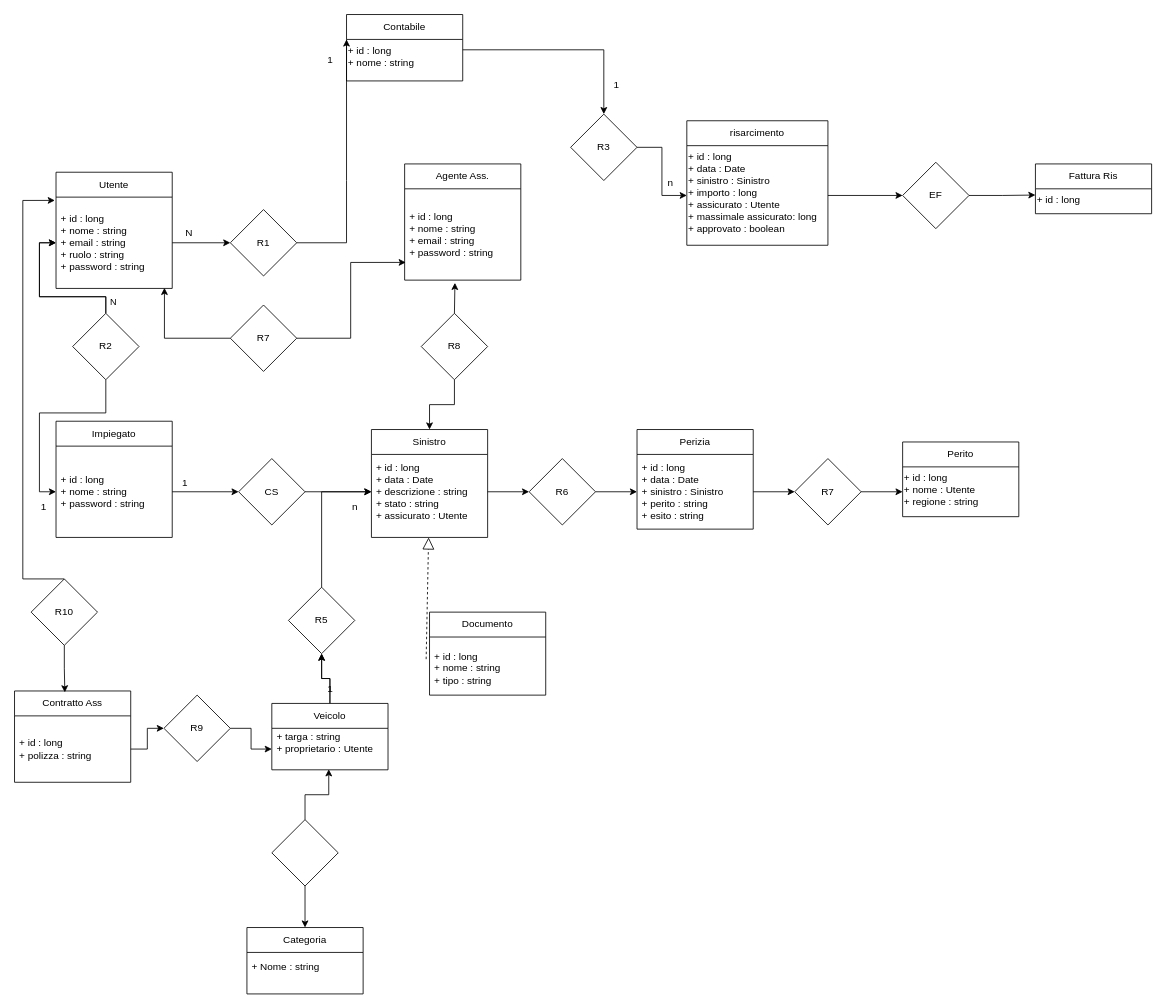
The draw.io diagram Untitled Diagram.drawio in MattiaByakko/AppPocInsurance, before the edit. Source tidied: cells renumbered, new cells numbered last; positions are measured from the earlier drawing's top-left corner, leaving out a move shared by most shapes. Both pictures are drawn from the tidied source at 83%, with x=0, y=0 at pixel (14, 14).
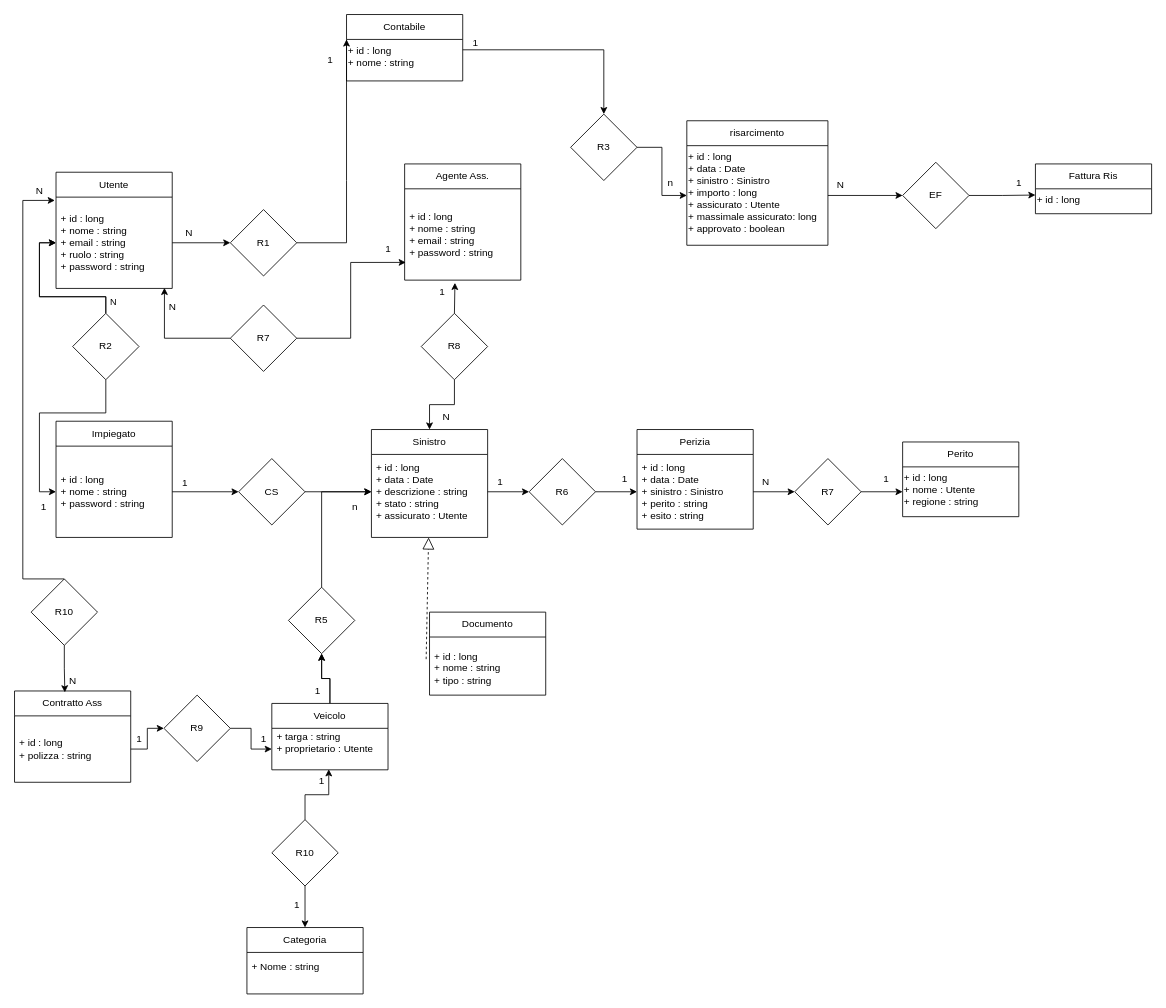
Above is the later version.

Change to the diagram source:
```diff
@@
     <mxCell id="41" value="1" style="text;html=1;align=center;verticalAlign=middle;strokeColor=none;fillColor=none;" parent="1" vertex="1">
-      <mxGeometry x="710" y="70" width="30" height="30" as="geometry" />
+      <mxGeometry x="540" y="20" width="30" height="30" as="geometry" />
     </mxCell>
@@
     <mxCell id="45" value="1" style="text;html=1;align=center;verticalAlign=middle;strokeColor=none;fillColor=none;" parent="1" vertex="1">
-      <mxGeometry x="365" y="798" width="30" height="30" as="geometry" />
+      <mxGeometry x="350" y="800" width="30" height="30" as="geometry" />
     </mxCell>
@@
-    <mxCell id="75" style="rhombus;whiteSpace=wrap;html=1;" parent="1" vertex="1">
+    <mxCell id="75" value="R10" style="rhombus;whiteSpace=wrap;html=1;" parent="1" vertex="1">
       <mxGeometry x="310" y="970" width="80" height="80" as="geometry" />
     </mxCell>
@@
+    <mxCell id="79" value="1" style="text;html=1;align=center;verticalAlign=middle;strokeColor=none;fillColor=none;" parent="1" vertex="1">
+      <mxGeometry x="135" y="858" width="30" height="30" as="geometry" />
+    </mxCell>
+    <mxCell id="80" value="1" style="text;html=1;align=center;verticalAlign=middle;strokeColor=none;fillColor=none;" parent="1" vertex="1">
+      <mxGeometry x="285" y="858" width="30" height="30" as="geometry" />
+    </mxCell>
+    <mxCell id="81" value="1" style="text;html=1;align=center;verticalAlign=middle;strokeColor=none;fillColor=none;" parent="1" vertex="1">
+      <mxGeometry x="325" y="1058" width="30" height="30" as="geometry" />
+    </mxCell>
+    <mxCell id="82" value="1" style="text;html=1;align=center;verticalAlign=middle;strokeColor=none;fillColor=none;" parent="1" vertex="1">
+      <mxGeometry x="355" y="908" width="30" height="30" as="geometry" />
+    </mxCell>
+    <mxCell id="83" value="N" style="text;html=1;align=center;verticalAlign=middle;strokeColor=none;fillColor=none;" parent="1" vertex="1">
+      <mxGeometry x="55" y="788" width="30" height="30" as="geometry" />
+    </mxCell>
+    <mxCell id="84" value="N" style="text;html=1;align=center;verticalAlign=middle;strokeColor=none;fillColor=none;" parent="1" vertex="1">
+      <mxGeometry x="15" y="198" width="30" height="30" as="geometry" />
+    </mxCell>
+    <mxCell id="85" value="1" style="text;html=1;align=center;verticalAlign=middle;strokeColor=none;fillColor=none;" parent="1" vertex="1">
+      <mxGeometry x="570" y="548" width="30" height="30" as="geometry" />
+    </mxCell>
+    <mxCell id="86" value="1" style="text;html=1;align=center;verticalAlign=middle;strokeColor=none;fillColor=none;" parent="1" vertex="1">
+      <mxGeometry x="720" y="545" width="30" height="30" as="geometry" />
+    </mxCell>
+    <mxCell id="87" value="1" style="text;html=1;align=center;verticalAlign=middle;strokeColor=none;fillColor=none;" parent="1" vertex="1">
+      <mxGeometry x="500" y="320" width="30" height="30" as="geometry" />
+    </mxCell>
+    <mxCell id="88" value="N" style="text;html=1;align=center;verticalAlign=middle;strokeColor=none;fillColor=none;" parent="1" vertex="1">
+      <mxGeometry x="505" y="470" width="30" height="30" as="geometry" />
+    </mxCell>
+    <mxCell id="89" value="N" style="text;html=1;align=center;verticalAlign=middle;strokeColor=none;fillColor=none;" parent="1" vertex="1">
+      <mxGeometry x="175" y="338" width="30" height="30" as="geometry" />
+    </mxCell>
+    <mxCell id="90" value="1" style="text;html=1;align=center;verticalAlign=middle;strokeColor=none;fillColor=none;" parent="1" vertex="1">
+      <mxGeometry x="435" y="268" width="30" height="30" as="geometry" />
+    </mxCell>
+    <mxCell id="91" value="N" style="text;html=1;align=center;verticalAlign=middle;strokeColor=none;fillColor=none;" parent="1" vertex="1">
+      <mxGeometry x="980" y="190" width="30" height="30" as="geometry" />
+    </mxCell>
+    <mxCell id="92" value="1" style="text;html=1;align=center;verticalAlign=middle;strokeColor=none;fillColor=none;" parent="1" vertex="1">
+      <mxGeometry x="1195" y="188" width="30" height="30" as="geometry" />
+    </mxCell>
+    <mxCell id="93" value="N" style="text;html=1;align=center;verticalAlign=middle;strokeColor=none;fillColor=none;" parent="1" vertex="1">
+      <mxGeometry x="890" y="548" width="30" height="30" as="geometry" />
+    </mxCell>
+    <mxCell id="94" value="1" style="text;html=1;align=center;verticalAlign=middle;strokeColor=none;fillColor=none;" parent="1" vertex="1">
+      <mxGeometry x="1035" y="545" width="30" height="30" as="geometry" />
+    </mxCell>
```
